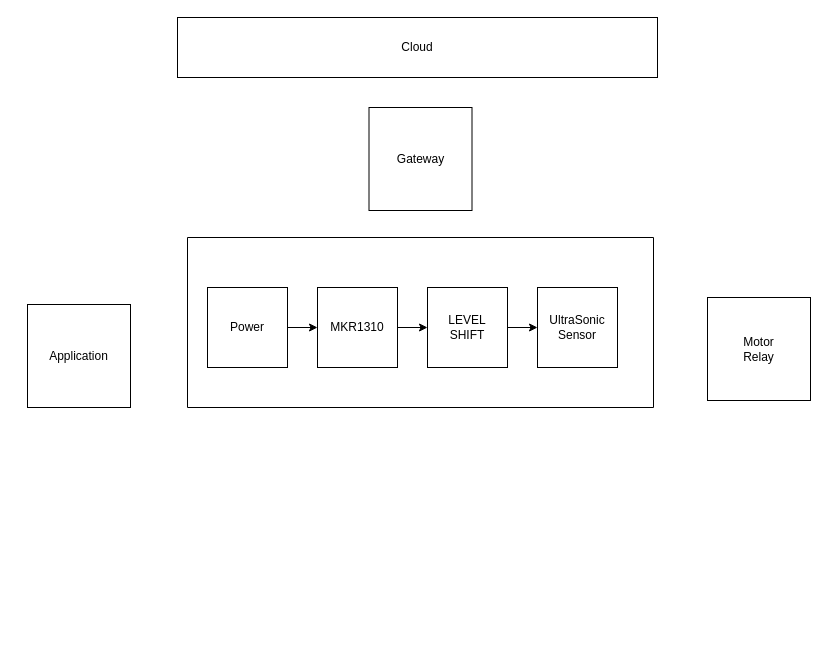
Before: simulator/LoarEndNodeDemo.drawio in get2akshay/nl, a draw.io diagram. Source tidied: cells renumbered, new cells numbered last; positions are measured from the earlier drawing's top-left corner, leaving out a move shared by most shapes. Both pictures are drawn from the tidied source at 100%, with x=0, y=0 at pixel (27, 17).
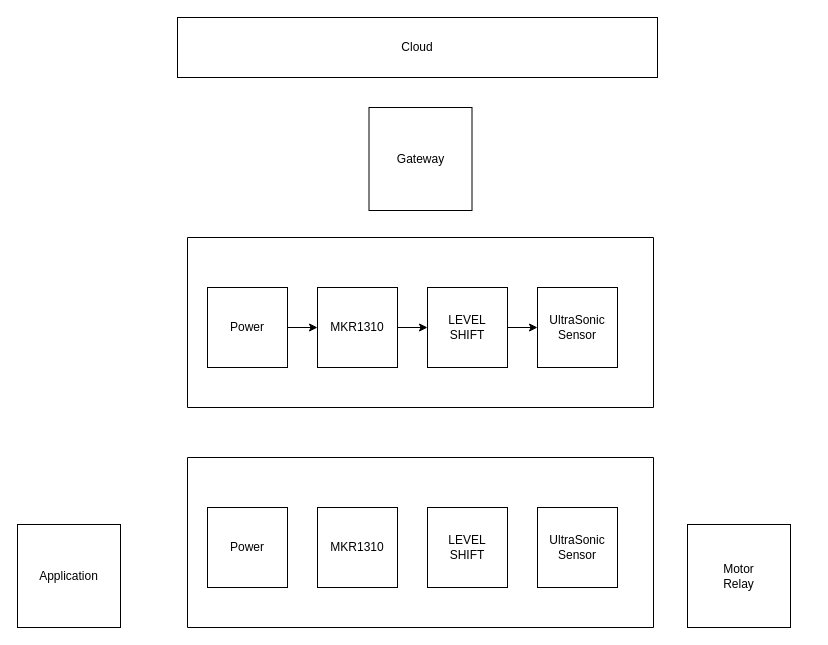
Above is the later version.

The edit, as a diff of the source:
```diff
@@
 <mxGraphModel>
   <root>
     <mxCell id="0" />
     <mxCell id="1" parent="0" />
     <mxCell id="2" style="group;" parent="1" vertex="1">
       <mxGeometry x="160" y="220" width="466" height="170" as="geometry" />
     </mxCell>
     <mxCell id="3" value="LEVEL&lt;div&gt;SHIFT&lt;/div&gt;" style="whiteSpace=wrap;html=1;" parent="2" vertex="1">
       <mxGeometry x="240" y="50" width="80" height="80" as="geometry" />
     </mxCell>
     <mxCell id="4" value="UltraSonic&lt;div&gt;Sensor&lt;/div&gt;" style="whiteSpace=wrap;html=1;" parent="2" vertex="1">
       <mxGeometry x="350" y="50" width="80" height="80" as="geometry" />
     </mxCell>
     <mxCell id="5" value="Power" style="whiteSpace=wrap;html=1;" parent="2" vertex="1">
       <mxGeometry x="20" y="50" width="80" height="80" as="geometry" />
     </mxCell>
     <mxCell id="6" style="edgeStyle=orthogonalEdgeStyle;rounded=0;jettySize=auto;html=1;" parent="2" edge="1" source="3" target="4">
       <mxGeometry relative="1" as="geometry" />
     </mxCell>
     <mxCell id="7" style="swimlane;startSize=0;" parent="2" vertex="1">
       <mxGeometry width="466" height="170" as="geometry" />
     </mxCell>
     <mxCell id="8" value="MKR1310" style="whiteSpace=wrap;html=1;" parent="7" vertex="1">
       <mxGeometry x="130" y="50" width="80" height="80" as="geometry" />
     </mxCell>
     <mxCell id="9" style="edgeStyle=orthogonalEdgeStyle;rounded=0;jettySize=auto;html=1;" parent="2" edge="1" source="5" target="8">
       <mxGeometry relative="1" as="geometry" />
     </mxCell>
     <mxCell id="10" style="edgeStyle=orthogonalEdgeStyle;rounded=0;jettySize=auto;html=1;" parent="2" edge="1" source="8" target="3">
       <mxGeometry relative="1" as="geometry" />
     </mxCell>
     <mxCell id="11" value="Gateway" style="whiteSpace=wrap;html=1;" parent="1" vertex="1">
       <mxGeometry x="341.5" y="90" width="103" height="103" as="geometry" />
     </mxCell>
     <mxCell id="12" value="Cloud" style="rounded=0;whiteSpace=wrap;html=1;" parent="1" vertex="1">
       <mxGeometry x="150" width="480" height="60" as="geometry" />
     </mxCell>
     <mxCell id="13" value="Application" style="whiteSpace=wrap;html=1;" parent="1" vertex="1">
-      <mxGeometry y="287" width="103" height="103" as="geometry" />
+      <mxGeometry x="-10" y="507" width="103" height="103" as="geometry" />
     </mxCell>
     <mxCell id="14" value="Motor&lt;div&gt;Relay&lt;/div&gt;" style="whiteSpace=wrap;html=1;" parent="1" vertex="1">
-      <mxGeometry x="680" y="280" width="103" height="103" as="geometry" />
+      <mxGeometry x="660" y="507" width="103" height="103" as="geometry" />
     </mxCell>
+    <mxCell id="15" value="LEVEL&lt;div&gt;SHIFT&lt;/div&gt;" style="whiteSpace=wrap;html=1;" parent="1" vertex="1">
+      <mxGeometry x="400" y="490" width="80" height="80" as="geometry" />
+    </mxCell>
+    <mxCell id="16" value="UltraSonic&lt;div&gt;Sensor&lt;/div&gt;" style="whiteSpace=wrap;html=1;" parent="1" vertex="1">
+      <mxGeometry x="510" y="490" width="80" height="80" as="geometry" />
+    </mxCell>
+    <mxCell id="17" value="Power" style="whiteSpace=wrap;html=1;" parent="1" vertex="1">
+      <mxGeometry x="180" y="490" width="80" height="80" as="geometry" />
+    </mxCell>
+    <mxCell id="18" style="swimlane;startSize=0;" parent="1" vertex="1">
+      <mxGeometry x="160" y="440" width="466" height="170" as="geometry" />
+    </mxCell>
+    <mxCell id="19" value="MKR1310" style="whiteSpace=wrap;html=1;" parent="18" vertex="1">
+      <mxGeometry x="130" y="50" width="80" height="80" as="geometry" />
+    </mxCell>
   </root>
 </mxGraphModel>
```
